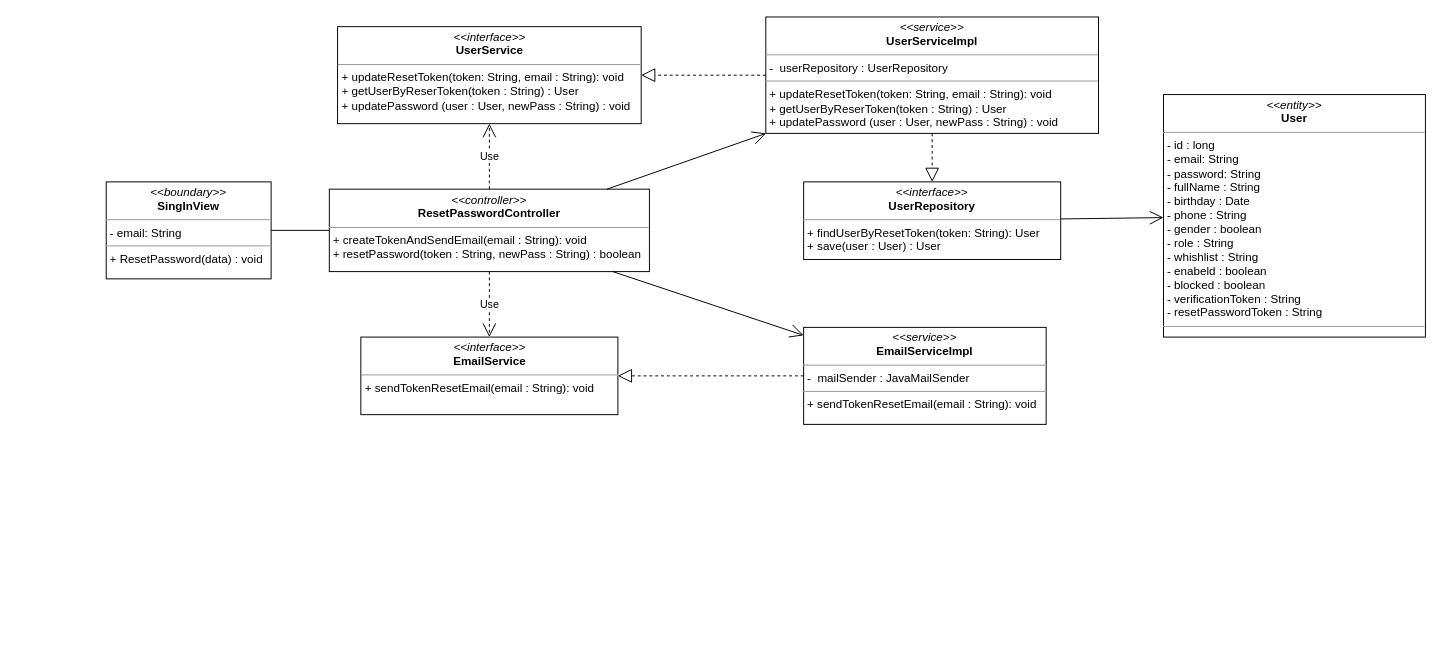
The draw.io diagram class diagram/fogot-password-class-diagram.drawio in nguyenphamvan/datn_20202, before the edit. Source tidied: cells renumbered, new cells numbered last; positions are measured from the earlier drawing's top-left corner, leaving out a move shared by most shapes. Both pictures are drawn from the tidied source at 97%, with x=0, y=0 at pixel (106, 16).
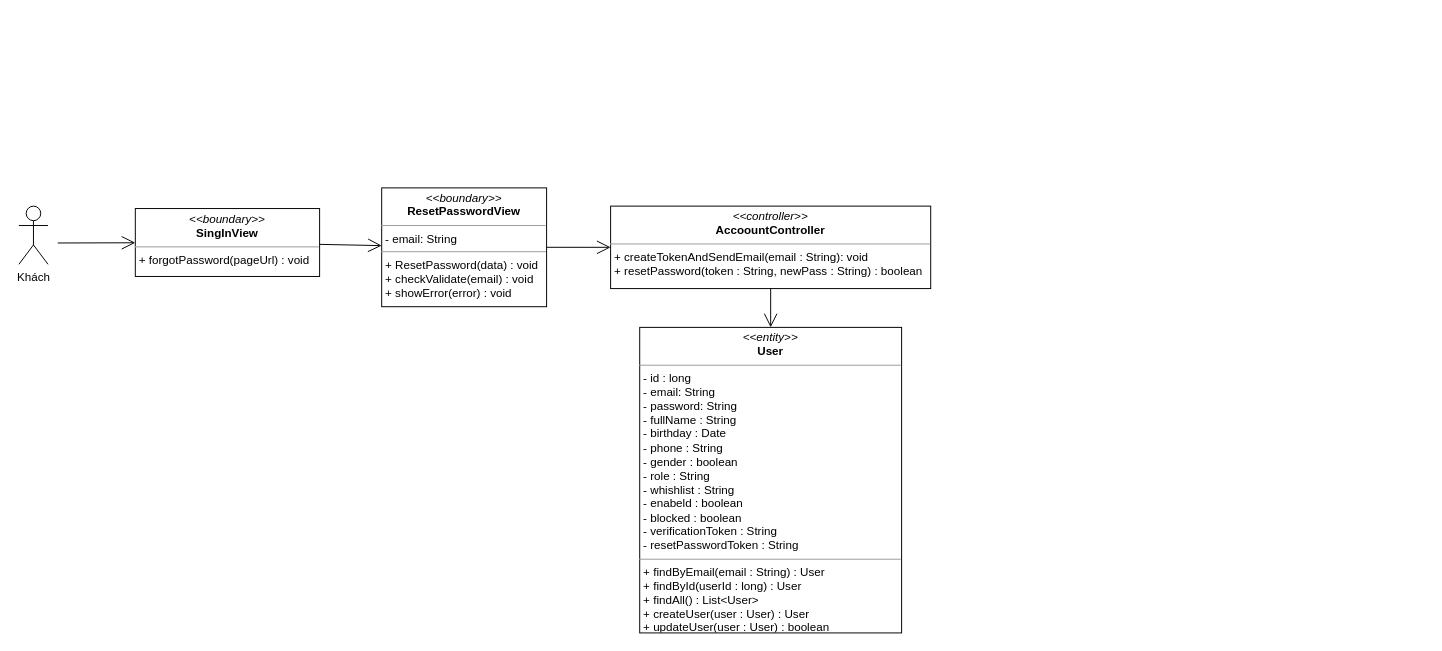
After the change.

The edit, as a diff of the source:
```diff
@@
 <mxGraphModel>
   <root>
     <mxCell id="0" />
     <mxCell id="1" parent="0" />
-    <mxCell id="2" value="&lt;p style=&quot;margin: 0px ; margin-top: 4px ; text-align: center&quot;&gt;&lt;i&gt;&amp;lt;&amp;lt;controller&amp;gt;&amp;gt;&lt;/i&gt;&lt;br&gt;&lt;b&gt;ResetPasswordController&lt;/b&gt;&lt;/p&gt;&lt;hr size=&quot;1&quot;&gt;&lt;p style=&quot;margin: 0px ; margin-left: 4px&quot;&gt;+ createTokenAndSendEmail(email : String): void&lt;br&gt;&lt;/p&gt;&lt;p style=&quot;margin: 0px ; margin-left: 4px&quot;&gt;+ resetPassword(token : String, newPass : String) : boolean&lt;/p&gt;" style="verticalAlign=top;align=left;overflow=fill;fontSize=12;fontFamily=Helvetica;html=1;" parent="1" vertex="1">
-      <mxGeometry x="230" y="177.5" width="330" height="85" as="geometry" />
+    <mxCell id="2" value="&lt;p style=&quot;margin: 0px ; margin-top: 4px ; text-align: center&quot;&gt;&lt;i&gt;&amp;lt;&amp;lt;controller&amp;gt;&amp;gt;&lt;/i&gt;&lt;br&gt;&lt;b&gt;AccoountController&lt;/b&gt;&lt;/p&gt;&lt;hr size=&quot;1&quot;&gt;&lt;p style=&quot;margin: 0px ; margin-left: 4px&quot;&gt;+ createTokenAndSendEmail(email : String): void&lt;br&gt;&lt;/p&gt;&lt;p style=&quot;margin: 0px ; margin-left: 4px&quot;&gt;+ resetPassword(token : String, newPass : String) : boolean&lt;/p&gt;" style="verticalAlign=top;align=left;overflow=fill;fontSize=12;fontFamily=Helvetica;html=1;" parent="1" vertex="1">
+      <mxGeometry x="520" y="195" width="330" height="85" as="geometry" />
     </mxCell>
-    <mxCell id="3" style="endArrow=none;html=1;edgeStyle=orthogonalEdgeStyle;exitX=1;exitY=0.5;exitDx=0;exitDy=0;entryX=0;entryY=0.5;entryDx=0;entryDy=0;" parent="1" edge="1" source="6" target="2">
-      <mxGeometry relative="1" as="geometry" />
-    </mxCell>
-    <mxCell id="4" value="&lt;p style=&quot;margin: 0px ; margin-top: 4px ; text-align: center&quot;&gt;&lt;i&gt;&amp;lt;&amp;lt;interface&amp;gt;&amp;gt;&lt;/i&gt;&lt;br&gt;&lt;b&gt;UserService&lt;/b&gt;&lt;/p&gt;&lt;hr size=&quot;1&quot;&gt;&lt;p style=&quot;margin: 0px ; margin-left: 4px&quot;&gt;+ updateResetToken(token: String, email : String): void&lt;/p&gt;&lt;p style=&quot;margin: 0px ; margin-left: 4px&quot;&gt;+ getUserByReserToken(token : String) : User&lt;/p&gt;&lt;p style=&quot;margin: 0px ; margin-left: 4px&quot;&gt;+ updatePassword (user : User, newPass : String) : void&lt;/p&gt;" style="verticalAlign=top;align=left;overflow=fill;fontSize=12;fontFamily=Helvetica;html=1;" parent="1" vertex="1">
-      <mxGeometry x="238.5" y="10" width="313" height="100" as="geometry" />
-    </mxCell>
-    <mxCell id="5" value="&lt;p style=&quot;margin: 0px ; margin-top: 4px ; text-align: center&quot;&gt;&lt;i&gt;&amp;lt;&amp;lt;entity&amp;gt;&amp;gt;&lt;/i&gt;&lt;br&gt;&lt;b&gt;User&lt;/b&gt;&lt;/p&gt;&lt;hr size=&quot;1&quot;&gt;&lt;p style=&quot;margin: 0px ; margin-left: 4px&quot;&gt;- id : long&lt;/p&gt;&lt;p style=&quot;margin: 0px ; margin-left: 4px&quot;&gt;- email: String&lt;br&gt;- password: String&lt;/p&gt;&lt;p style=&quot;margin: 0px ; margin-left: 4px&quot;&gt;- fullName : String&lt;/p&gt;&lt;p style=&quot;margin: 0px ; margin-left: 4px&quot;&gt;- birthday : Date&lt;/p&gt;&lt;p style=&quot;margin: 0px ; margin-left: 4px&quot;&gt;- phone : String&lt;/p&gt;&lt;p style=&quot;margin: 0px ; margin-left: 4px&quot;&gt;- gender : boolean&lt;/p&gt;&lt;p style=&quot;margin: 0px ; margin-left: 4px&quot;&gt;- role : String&lt;/p&gt;&lt;p style=&quot;margin: 0px ; margin-left: 4px&quot;&gt;- whishlist : String&lt;/p&gt;&lt;p style=&quot;margin: 0px ; margin-left: 4px&quot;&gt;- enabeld : boolean&lt;/p&gt;&lt;p style=&quot;margin: 0px ; margin-left: 4px&quot;&gt;- blocked : boolean&lt;/p&gt;&lt;p style=&quot;margin: 0px ; margin-left: 4px&quot;&gt;- verificationToken : String&lt;/p&gt;&lt;p style=&quot;margin: 0px ; margin-left: 4px&quot;&gt;- resetPasswordToken : String&lt;/p&gt;&lt;hr size=&quot;1&quot;&gt;&lt;p style=&quot;margin: 0px ; margin-left: 4px&quot;&gt;&lt;br&gt;&lt;/p&gt;" style="verticalAlign=top;align=left;overflow=fill;fontSize=12;fontFamily=Helvetica;html=1;" parent="1" vertex="1">
-      <mxGeometry x="1090" y="80" width="270" height="250" as="geometry" />
+    <mxCell id="5" value="&lt;p style=&quot;margin: 0px ; margin-top: 4px ; text-align: center&quot;&gt;&lt;i&gt;&amp;lt;&amp;lt;entity&amp;gt;&amp;gt;&lt;/i&gt;&lt;br&gt;&lt;b&gt;User&lt;/b&gt;&lt;/p&gt;&lt;hr size=&quot;1&quot;&gt;&lt;p style=&quot;margin: 0px ; margin-left: 4px&quot;&gt;- id : long&lt;/p&gt;&lt;p style=&quot;margin: 0px ; margin-left: 4px&quot;&gt;- email: String&lt;br&gt;- password: String&lt;/p&gt;&lt;p style=&quot;margin: 0px ; margin-left: 4px&quot;&gt;- fullName : String&lt;/p&gt;&lt;p style=&quot;margin: 0px ; margin-left: 4px&quot;&gt;- birthday : Date&lt;/p&gt;&lt;p style=&quot;margin: 0px ; margin-left: 4px&quot;&gt;- phone : String&lt;/p&gt;&lt;p style=&quot;margin: 0px ; margin-left: 4px&quot;&gt;- gender : boolean&lt;/p&gt;&lt;p style=&quot;margin: 0px ; margin-left: 4px&quot;&gt;- role : String&lt;/p&gt;&lt;p style=&quot;margin: 0px ; margin-left: 4px&quot;&gt;- whishlist : String&lt;/p&gt;&lt;p style=&quot;margin: 0px ; margin-left: 4px&quot;&gt;- enabeld : boolean&lt;/p&gt;&lt;p style=&quot;margin: 0px ; margin-left: 4px&quot;&gt;- blocked : boolean&lt;/p&gt;&lt;p style=&quot;margin: 0px ; margin-left: 4px&quot;&gt;- verificationToken : String&lt;/p&gt;&lt;p style=&quot;margin: 0px ; margin-left: 4px&quot;&gt;- resetPasswordToken : String&lt;/p&gt;&lt;hr size=&quot;1&quot;&gt;&lt;p style=&quot;margin: 0px 0px 0px 4px&quot;&gt;+ findByEmail(email : String) : User&amp;nbsp;&lt;/p&gt;&lt;p style=&quot;margin: 0px 0px 0px 4px&quot;&gt;+ findById(userId : long) : User&lt;/p&gt;&lt;p style=&quot;margin: 0px 0px 0px 4px&quot;&gt;+ findAll() : List&amp;lt;User&amp;gt;&lt;/p&gt;&lt;p style=&quot;margin: 0px 0px 0px 4px&quot;&gt;+ createUser(user : User) : User&lt;/p&gt;&lt;p style=&quot;margin: 0px 0px 0px 4px&quot;&gt;+ updateUser(user : User) : boolean&lt;/p&gt;" style="verticalAlign=top;align=left;overflow=fill;fontSize=12;fontFamily=Helvetica;html=1;" parent="1" vertex="1">
+      <mxGeometry x="550" y="320" width="270" height="315" as="geometry" />
     </mxCell>
-    <mxCell id="6" value="&lt;p style=&quot;margin: 0px ; margin-top: 4px ; text-align: center&quot;&gt;&lt;i&gt;&amp;lt;&amp;lt;boundary&amp;gt;&amp;gt;&lt;/i&gt;&lt;br&gt;&lt;b&gt;SingInView&lt;/b&gt;&lt;/p&gt;&lt;hr size=&quot;1&quot;&gt;&lt;p style=&quot;margin: 0px ; margin-left: 4px&quot;&gt;- email: String&lt;br&gt;&lt;/p&gt;&lt;hr size=&quot;1&quot;&gt;&lt;p style=&quot;margin: 0px ; margin-left: 4px&quot;&gt;&lt;span&gt;+ ResetPassword(data) : void&lt;/span&gt;&lt;br&gt;&lt;/p&gt;" style="verticalAlign=top;align=left;overflow=fill;fontSize=12;fontFamily=Helvetica;html=1;" parent="1" vertex="1">
-      <mxGeometry y="170" width="170" height="100" as="geometry" />
+    <mxCell id="6" value="&lt;p style=&quot;margin: 0px ; margin-top: 4px ; text-align: center&quot;&gt;&lt;i&gt;&amp;lt;&amp;lt;boundary&amp;gt;&amp;gt;&lt;/i&gt;&lt;br&gt;&lt;b&gt;SingInView&lt;/b&gt;&lt;/p&gt;&lt;hr size=&quot;1&quot;&gt;&lt;p style=&quot;margin: 0px ; margin-left: 4px&quot;&gt;&lt;span&gt;+ forgotPassword(pageUrl) : void&lt;/span&gt;&lt;br&gt;&lt;/p&gt;" style="verticalAlign=top;align=left;overflow=fill;fontSize=12;fontFamily=Helvetica;html=1;" parent="1" vertex="1">
+      <mxGeometry x="30" y="197.5" width="190" height="70" as="geometry" />
     </mxCell>
-    <mxCell id="7" value="&lt;p style=&quot;margin: 0px ; margin-top: 4px ; text-align: center&quot;&gt;&lt;i&gt;&amp;lt;&amp;lt;interface&amp;gt;&amp;gt;&lt;/i&gt;&lt;br&gt;&lt;b&gt;EmailService&lt;/b&gt;&lt;/p&gt;&lt;hr size=&quot;1&quot;&gt;&lt;p style=&quot;margin: 0px ; margin-left: 4px&quot;&gt;+ sendTokenResetEmail(email : String): void&lt;br&gt;&lt;/p&gt;" style="verticalAlign=top;align=left;overflow=fill;fontSize=12;fontFamily=Helvetica;html=1;" parent="1" vertex="1">
-      <mxGeometry x="262.5" y="330" width="265" height="80" as="geometry" />
-    </mxCell>
-    <mxCell id="8" value="&lt;p style=&quot;margin: 0px ; margin-top: 4px ; text-align: center&quot;&gt;&lt;i&gt;&amp;lt;&amp;lt;service&amp;gt;&amp;gt;&lt;/i&gt;&lt;br&gt;&lt;b&gt;EmailServiceImpl&lt;/b&gt;&lt;/p&gt;&lt;hr size=&quot;1&quot;&gt;&lt;p style=&quot;margin: 0px ; margin-left: 4px&quot;&gt;-&amp;nbsp; mailSender : JavaMailSender&lt;br&gt;&lt;/p&gt;&lt;hr size=&quot;1&quot;&gt;&lt;p style=&quot;margin: 0px ; margin-left: 4px&quot;&gt;+ sendTokenResetEmail(email : String): void&lt;br&gt;&lt;/p&gt;" style="verticalAlign=top;align=left;overflow=fill;fontSize=12;fontFamily=Helvetica;html=1;" parent="1" vertex="1">
-      <mxGeometry x="719" y="320" width="250" height="100" as="geometry" />
-    </mxCell>
-    <mxCell id="9" value="Use" style="endArrow=open;endSize=12;dashed=1;html=1;" parent="1" edge="1" source="2" target="7">
-      <mxGeometry relative="1" as="geometry" />
-    </mxCell>
-    <mxCell id="10" style="endArrow=block;dashed=1;endFill=0;endSize=12;html=1;" parent="1" edge="1" source="8" target="7">
-      <mxGeometry relative="1" as="geometry" />
-    </mxCell>
-    <mxCell id="11" value="&lt;p style=&quot;margin: 0px ; margin-top: 4px ; text-align: center&quot;&gt;&lt;i&gt;&amp;lt;&amp;lt;service&amp;gt;&amp;gt;&lt;/i&gt;&lt;br&gt;&lt;b&gt;UserServiceImpl&lt;/b&gt;&lt;/p&gt;&lt;hr size=&quot;1&quot;&gt;&lt;p style=&quot;margin: 0px ; margin-left: 4px&quot;&gt;-&amp;nbsp; userRepository : UserRepository&lt;br&gt;&lt;/p&gt;&lt;hr size=&quot;1&quot;&gt;&lt;p style=&quot;margin: 0px ; margin-left: 4px&quot;&gt;+ updateResetToken(token: String, email : String): void&lt;br&gt;&lt;/p&gt;&lt;p style=&quot;margin: 0px ; margin-left: 4px&quot;&gt;+ getUserByReserToken(token : String) : User&lt;br&gt;&lt;/p&gt;&lt;p style=&quot;margin: 0px ; margin-left: 4px&quot;&gt;+ updatePassword (user : User, newPass : String) : void&lt;br&gt;&lt;/p&gt;" style="verticalAlign=top;align=left;overflow=fill;fontSize=12;fontFamily=Helvetica;html=1;" parent="1" vertex="1">
-      <mxGeometry x="680" width="343" height="120" as="geometry" />
-    </mxCell>
-    <mxCell id="12" value="Use" style="endArrow=open;endSize=12;dashed=1;html=1;" parent="1" edge="1" source="2" target="4">
-      <mxGeometry relative="1" as="geometry" />
-    </mxCell>
-    <mxCell id="13" style="endArrow=open;endFill=1;endSize=12;html=1;" parent="1" edge="1" source="2" target="8">
-      <mxGeometry relative="1" as="geometry" />
-    </mxCell>
-    <mxCell id="14" value="&lt;p style=&quot;margin: 0px ; margin-top: 4px ; text-align: center&quot;&gt;&lt;i&gt;&amp;lt;&amp;lt;interface&amp;gt;&amp;gt;&lt;/i&gt;&lt;br&gt;&lt;b&gt;UserRepository&lt;/b&gt;&lt;/p&gt;&lt;hr size=&quot;1&quot;&gt;&lt;p style=&quot;margin: 0px ; margin-left: 4px&quot;&gt;+ findUserByResetToken(token: String): User&lt;br&gt;&lt;/p&gt;&lt;p style=&quot;margin: 0px ; margin-left: 4px&quot;&gt;+ save(user : User) : User&lt;/p&gt;" style="verticalAlign=top;align=left;overflow=fill;fontSize=12;fontFamily=Helvetica;html=1;" parent="1" vertex="1">
-      <mxGeometry x="719" y="170" width="265" height="80" as="geometry" />
-    </mxCell>
-    <mxCell id="15" style="endArrow=block;dashed=1;endFill=0;endSize=12;html=1;" parent="1" edge="1" source="11" target="4">
-      <mxGeometry relative="1" as="geometry" />
-    </mxCell>
-    <mxCell id="16" style="endArrow=block;dashed=1;endFill=0;endSize=12;html=1;" parent="1" edge="1" source="11" target="14">
-      <mxGeometry relative="1" as="geometry" />
-    </mxCell>
-    <mxCell id="17" style="endArrow=open;endFill=1;endSize=12;html=1;" parent="1" edge="1" source="2" target="11">
-      <mxGeometry relative="1" as="geometry" />
-    </mxCell>
-    <mxCell id="18" style="endArrow=open;endFill=1;endSize=12;html=1;" parent="1" edge="1" source="14" target="5">
+    <mxCell id="18" style="endArrow=open;endFill=1;endSize=12;html=1;" parent="1" edge="1" source="2" target="5">
       <mxGeometry relative="1" as="geometry" />
     </mxCell>
+    <mxCell id="19" value="&lt;p style=&quot;margin: 0px ; margin-top: 4px ; text-align: center&quot;&gt;&lt;i&gt;&amp;lt;&amp;lt;boundary&amp;gt;&amp;gt;&lt;/i&gt;&lt;br&gt;&lt;b&gt;ResetPasswordView&lt;/b&gt;&lt;/p&gt;&lt;hr size=&quot;1&quot;&gt;&lt;p style=&quot;margin: 0px ; margin-left: 4px&quot;&gt;- email: String&lt;br&gt;&lt;/p&gt;&lt;hr size=&quot;1&quot;&gt;&lt;p style=&quot;margin: 0px ; margin-left: 4px&quot;&gt;&lt;span&gt;+ ResetPassword(data) : void&lt;/span&gt;&lt;br&gt;&lt;/p&gt;&lt;p style=&quot;margin: 0px ; margin-left: 4px&quot;&gt;&lt;span&gt;+ checkValidate(email) : void&lt;/span&gt;&lt;/p&gt;&lt;p style=&quot;margin: 0px ; margin-left: 4px&quot;&gt;&lt;span&gt;+ showError(error) : void&lt;/span&gt;&lt;/p&gt;" style="verticalAlign=top;align=left;overflow=fill;fontSize=12;fontFamily=Helvetica;html=1;" parent="1" vertex="1">
+      <mxGeometry x="284" y="176.2" width="170" height="122.5" as="geometry" />
+    </mxCell>
+    <mxCell id="20" style="endArrow=open;endFill=1;endSize=12;html=1;" parent="1" edge="1" source="6" target="19">
+      <mxGeometry relative="1" as="geometry" />
+    </mxCell>
+    <mxCell id="21" style="endArrow=open;endFill=1;endSize=12;html=1;" parent="1" edge="1" source="19" target="2">
+      <mxGeometry relative="1" as="geometry" />
+    </mxCell>
+    <mxCell id="22" value="Khách" style="shape=umlActor;verticalLabelPosition=bottom;verticalAlign=top;html=1;" parent="1" vertex="1">
+      <mxGeometry x="-90" y="195" width="30" height="60" as="geometry" />
+    </mxCell>
+    <mxCell id="23" style="endArrow=open;endFill=1;endSize=12;html=1;" parent="1" edge="1" target="6">
+      <mxGeometry relative="1" as="geometry">
+        <mxPoint x="-50" y="233" as="sourcePoint" />
+      </mxGeometry>
+    </mxCell>
   </root>
 </mxGraphModel>
```
